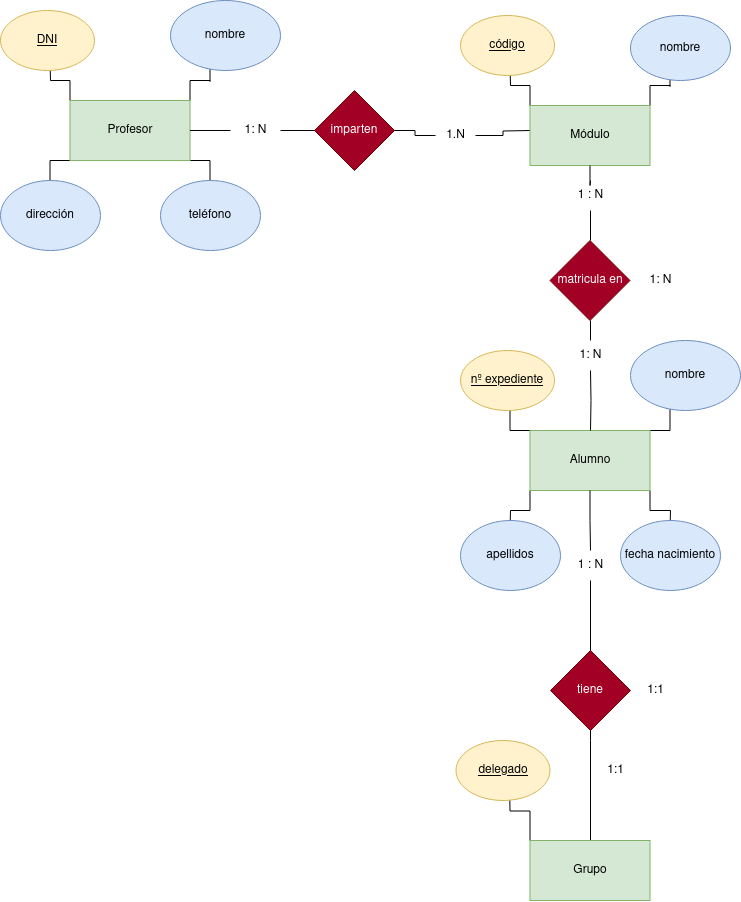
Before: Unidad-1/Tareas/Tarea-5/Tarea-5.drawio.png, a diagram exported from draw.io (jpprguezz/BAE). Source tidied: cells renumbered, new cells last; positions are measured from the earlier drawing's top-left corner, leaving out a move shared by most shapes. The source it was exported from:
```xml
<mxGraphModel>
  <root>
    <mxCell id="0" />
    <mxCell id="1" parent="0" />
    <mxCell id="2" style="edgeStyle=orthogonalEdgeStyle;rounded=0;jettySize=auto;html=1;endArrow=none;endFill=0;" parent="1" edge="1" source="41">
      <mxGeometry relative="1" as="geometry">
        <mxPoint x="590" y="320" as="targetPoint" />
      </mxGeometry>
    </mxCell>
    <mxCell id="3" style="edgeStyle=orthogonalEdgeStyle;rounded=0;jettySize=auto;html=1;exitX=0;exitY=0;exitDx=0;exitDy=0;" parent="1" edge="1" source="8">
      <mxGeometry relative="1" as="geometry">
        <mxPoint x="49.5" y="60" as="targetPoint" />
      </mxGeometry>
    </mxCell>
    <mxCell id="4" style="edgeStyle=orthogonalEdgeStyle;rounded=0;jettySize=auto;html=1;exitX=1;exitY=0;exitDx=0;exitDy=0;" parent="1" edge="1" source="8">
      <mxGeometry relative="1" as="geometry">
        <mxPoint x="209.5" y="60" as="targetPoint" />
      </mxGeometry>
    </mxCell>
    <mxCell id="5" style="edgeStyle=orthogonalEdgeStyle;rounded=0;jettySize=auto;html=1;exitX=0;exitY=1;exitDx=0;exitDy=0;" parent="1" edge="1" source="8">
      <mxGeometry relative="1" as="geometry">
        <mxPoint x="49.5" y="190" as="targetPoint" />
      </mxGeometry>
    </mxCell>
    <mxCell id="6" style="edgeStyle=orthogonalEdgeStyle;rounded=0;jettySize=auto;html=1;exitX=1;exitY=1;exitDx=0;exitDy=0;" parent="1" edge="1" source="8">
      <mxGeometry relative="1" as="geometry">
        <mxPoint x="209.5" y="190" as="targetPoint" />
      </mxGeometry>
    </mxCell>
    <mxCell id="7" style="edgeStyle=orthogonalEdgeStyle;rounded=0;jettySize=auto;html=1;endArrow=none;endFill=0;" parent="1" edge="1" source="46" target="14">
      <mxGeometry relative="1" as="geometry" />
    </mxCell>
    <mxCell id="8" value="Profesor" style="rounded=0;whiteSpace=wrap;html=1;fillColor=#d5e8d4;strokeColor=#82b366;" parent="1" vertex="1">
      <mxGeometry x="69.5" y="100" width="120" height="60" as="geometry" />
    </mxCell>
    <mxCell id="9" value="&lt;u&gt;DNI&lt;/u&gt;" style="ellipse;whiteSpace=wrap;html=1;fillColor=#fff2cc;strokeColor=#d6b656;" parent="1" vertex="1">
      <mxGeometry y="10" width="94" height="60" as="geometry" />
    </mxCell>
    <mxCell id="10" value="nombre" style="ellipse;whiteSpace=wrap;html=1;fillColor=#dae8fc;strokeColor=#6c8ebf;" parent="1" vertex="1">
      <mxGeometry x="170" width="110" height="70" as="geometry" />
    </mxCell>
    <mxCell id="11" value="dirección" style="ellipse;whiteSpace=wrap;html=1;fillColor=#dae8fc;strokeColor=#6c8ebf;" parent="1" vertex="1">
      <mxGeometry y="180" width="100" height="70" as="geometry" />
    </mxCell>
    <mxCell id="12" value="teléfono" style="ellipse;whiteSpace=wrap;html=1;fillColor=#dae8fc;strokeColor=#6c8ebf;" parent="1" vertex="1">
      <mxGeometry x="160" y="180" width="100" height="70" as="geometry" />
    </mxCell>
    <mxCell id="13" style="edgeStyle=orthogonalEdgeStyle;rounded=0;jettySize=auto;html=1;exitX=1;exitY=0.5;exitDx=0;exitDy=0;endArrow=none;endFill=0;" parent="1" edge="1" source="48">
      <mxGeometry relative="1" as="geometry">
        <mxPoint x="530" y="130" as="targetPoint" />
      </mxGeometry>
    </mxCell>
    <mxCell id="14" value="imparten" style="rhombus;whiteSpace=wrap;html=1;fillColor=#a20025;fontColor=#ffffff;strokeColor=#6F0000;" parent="1" vertex="1">
      <mxGeometry x="314" y="90" width="80" height="80" as="geometry" />
    </mxCell>
    <mxCell id="15" style="edgeStyle=orthogonalEdgeStyle;rounded=0;jettySize=auto;html=1;exitX=0;exitY=0;exitDx=0;exitDy=0;" parent="1" edge="1" source="18">
      <mxGeometry relative="1" as="geometry">
        <mxPoint x="509.5" y="65" as="targetPoint" />
      </mxGeometry>
    </mxCell>
    <mxCell id="16" style="edgeStyle=orthogonalEdgeStyle;rounded=0;jettySize=auto;html=1;exitX=1;exitY=0;exitDx=0;exitDy=0;endArrow=none;endFill=0;" parent="1" edge="1" source="18">
      <mxGeometry relative="1" as="geometry">
        <mxPoint x="669.5" y="65" as="targetPoint" />
      </mxGeometry>
    </mxCell>
    <mxCell id="17" style="edgeStyle=orthogonalEdgeStyle;rounded=0;jettySize=auto;html=1;exitX=0.5;exitY=1;exitDx=0;exitDy=0;endArrow=none;endFill=0;" parent="1" edge="1" source="44">
      <mxGeometry relative="1" as="geometry">
        <mxPoint x="590" y="240" as="targetPoint" />
      </mxGeometry>
    </mxCell>
    <mxCell id="18" value="Módulo" style="rounded=0;whiteSpace=wrap;html=1;fillColor=#d5e8d4;strokeColor=#82b366;" parent="1" vertex="1">
      <mxGeometry x="529.5" y="105" width="120" height="60" as="geometry" />
    </mxCell>
    <mxCell id="19" value="&lt;u&gt;código&lt;/u&gt;" style="ellipse;whiteSpace=wrap;html=1;fillColor=#fff2cc;strokeColor=#d6b656;" parent="1" vertex="1">
      <mxGeometry x="460" y="15" width="94" height="60" as="geometry" />
    </mxCell>
    <mxCell id="20" value="nombre" style="ellipse;whiteSpace=wrap;html=1;fillColor=#dae8fc;strokeColor=#6c8ebf;" parent="1" vertex="1">
      <mxGeometry x="630" y="15" width="100" height="65" as="geometry" />
    </mxCell>
    <mxCell id="21" value="matricula en" style="rhombus;whiteSpace=wrap;html=1;fillColor=#a20025;fontColor=#ffffff;strokeColor=#6F0000;" parent="1" vertex="1">
      <mxGeometry x="549.5" y="240" width="80" height="80" as="geometry" />
    </mxCell>
    <mxCell id="22" style="edgeStyle=orthogonalEdgeStyle;rounded=0;jettySize=auto;html=1;exitX=0;exitY=0;exitDx=0;exitDy=0;" parent="1" edge="1" source="27">
      <mxGeometry relative="1" as="geometry">
        <mxPoint x="509.5" y="400" as="targetPoint" />
      </mxGeometry>
    </mxCell>
    <mxCell id="23" style="edgeStyle=orthogonalEdgeStyle;rounded=0;jettySize=auto;html=1;exitX=1;exitY=0;exitDx=0;exitDy=0;" parent="1" edge="1" source="27">
      <mxGeometry relative="1" as="geometry">
        <mxPoint x="669.5" y="400" as="targetPoint" />
      </mxGeometry>
    </mxCell>
    <mxCell id="24" style="edgeStyle=orthogonalEdgeStyle;rounded=0;jettySize=auto;html=1;exitX=0;exitY=1;exitDx=0;exitDy=0;" parent="1" edge="1" source="27">
      <mxGeometry relative="1" as="geometry">
        <mxPoint x="509.5" y="530" as="targetPoint" />
      </mxGeometry>
    </mxCell>
    <mxCell id="25" style="edgeStyle=orthogonalEdgeStyle;rounded=0;jettySize=auto;html=1;exitX=1;exitY=1;exitDx=0;exitDy=0;" parent="1" edge="1" source="27">
      <mxGeometry relative="1" as="geometry">
        <mxPoint x="669.5" y="530" as="targetPoint" />
      </mxGeometry>
    </mxCell>
    <mxCell id="26" style="edgeStyle=orthogonalEdgeStyle;rounded=0;jettySize=auto;html=1;exitX=0.5;exitY=1;exitDx=0;exitDy=0;endArrow=none;endFill=0;" parent="1" edge="1" source="39">
      <mxGeometry relative="1" as="geometry">
        <mxPoint x="590" y="900" as="targetPoint" />
      </mxGeometry>
    </mxCell>
    <mxCell id="27" value="Alumno" style="rounded=0;whiteSpace=wrap;html=1;fillColor=#d5e8d4;strokeColor=#82b366;" parent="1" vertex="1">
      <mxGeometry x="529.5" y="430" width="120" height="60" as="geometry" />
    </mxCell>
    <mxCell id="28" value="&lt;u&gt;nº expediente&lt;br&gt;&lt;/u&gt;" style="ellipse;whiteSpace=wrap;html=1;fillColor=#fff2cc;strokeColor=#d6b656;" parent="1" vertex="1">
      <mxGeometry x="460" y="350" width="94" height="60" as="geometry" />
    </mxCell>
    <mxCell id="29" value="nombre" style="ellipse;whiteSpace=wrap;html=1;fillColor=#dae8fc;strokeColor=#6c8ebf;" parent="1" vertex="1">
      <mxGeometry x="630" y="340" width="110" height="70" as="geometry" />
    </mxCell>
    <mxCell id="30" value="apellidos" style="ellipse;whiteSpace=wrap;html=1;fillColor=#dae8fc;strokeColor=#6c8ebf;" parent="1" vertex="1">
      <mxGeometry x="460" y="520" width="100" height="70" as="geometry" />
    </mxCell>
    <mxCell id="31" value="fecha nacimiento" style="ellipse;whiteSpace=wrap;html=1;fillColor=#dae8fc;strokeColor=#6c8ebf;" parent="1" vertex="1">
      <mxGeometry x="620" y="520" width="100" height="70" as="geometry" />
    </mxCell>
    <mxCell id="32" style="edgeStyle=orthogonalEdgeStyle;rounded=0;jettySize=auto;html=1;exitX=0;exitY=0;exitDx=0;exitDy=0;" parent="1" edge="1" source="33">
      <mxGeometry relative="1" as="geometry">
        <mxPoint x="509" y="780" as="targetPoint" />
      </mxGeometry>
    </mxCell>
    <mxCell id="33" value="Grupo" style="rounded=0;whiteSpace=wrap;html=1;fillColor=#d5e8d4;strokeColor=#82b366;" parent="1" vertex="1">
      <mxGeometry x="529.5" y="840" width="120" height="60" as="geometry" />
    </mxCell>
    <mxCell id="34" value="&lt;u&gt;delegado&lt;/u&gt;" style="ellipse;whiteSpace=wrap;html=1;fillColor=#fff2cc;strokeColor=#d6b656;" parent="1" vertex="1">
      <mxGeometry x="455.5" y="740" width="94" height="60" as="geometry" />
    </mxCell>
    <mxCell id="35" value="tiene" style="rhombus;whiteSpace=wrap;html=1;fillColor=#a20025;fontColor=#ffffff;strokeColor=#6F0000;" parent="1" vertex="1">
      <mxGeometry x="550" y="650" width="80" height="80" as="geometry" />
    </mxCell>
    <mxCell id="36" value="1:1" style="text;html=1;align=center;verticalAlign=middle;strokeColor=none;fillColor=none;" parent="1" vertex="1">
      <mxGeometry x="595" y="755" width="40" height="30" as="geometry" />
    </mxCell>
    <mxCell id="37" value="1:1" style="text;html=1;align=center;verticalAlign=middle;strokeColor=none;fillColor=none;" parent="1" vertex="1">
      <mxGeometry x="635" y="675" width="40" height="30" as="geometry" />
    </mxCell>
    <mxCell id="38" style="edgeStyle=orthogonalEdgeStyle;rounded=0;jettySize=auto;html=1;exitX=0.5;exitY=1;exitDx=0;exitDy=0;endArrow=none;endFill=0;" parent="1" edge="1" source="27" target="39">
      <mxGeometry relative="1" as="geometry" />
    </mxCell>
    <mxCell id="39" value="1 : N" style="text;html=1;align=center;verticalAlign=middle;points=[];strokeColor=none;fillColor=none;" parent="1" vertex="1">
      <mxGeometry x="565" y="550" width="50" height="30" as="geometry" />
    </mxCell>
    <mxCell id="40" style="edgeStyle=orthogonalEdgeStyle;rounded=0;jettySize=auto;html=1;endArrow=none;endFill=0;" parent="1" edge="1" target="41">
      <mxGeometry relative="1" as="geometry">
        <mxPoint x="590" y="430" as="sourcePoint" />
      </mxGeometry>
    </mxCell>
    <mxCell id="41" value="1: N" style="text;html=1;align=center;verticalAlign=middle;points=[];strokeColor=none;fillColor=none;" parent="1" vertex="1">
      <mxGeometry x="565" y="340" width="50" height="30" as="geometry" />
    </mxCell>
    <mxCell id="42" value="1: N" style="text;html=1;align=center;verticalAlign=middle;strokeColor=none;fillColor=none;" parent="1" vertex="1">
      <mxGeometry x="635" y="265" width="50" height="30" as="geometry" />
    </mxCell>
    <mxCell id="43" style="edgeStyle=orthogonalEdgeStyle;rounded=0;jettySize=auto;html=1;exitX=0.5;exitY=1;exitDx=0;exitDy=0;endArrow=none;endFill=0;" parent="1" edge="1" source="18" target="44">
      <mxGeometry relative="1" as="geometry" />
    </mxCell>
    <mxCell id="44" value="1 : N" style="text;html=1;align=center;verticalAlign=middle;points=[];strokeColor=none;fillColor=none;" parent="1" vertex="1">
      <mxGeometry x="565" y="180" width="50" height="30" as="geometry" />
    </mxCell>
    <mxCell id="45" style="edgeStyle=orthogonalEdgeStyle;rounded=0;jettySize=auto;html=1;endArrow=none;endFill=0;" parent="1" edge="1" source="8" target="46">
      <mxGeometry relative="1" as="geometry" />
    </mxCell>
    <mxCell id="46" value="1: N" style="text;html=1;align=center;verticalAlign=middle;points=[];strokeColor=none;fillColor=none;" parent="1" vertex="1">
      <mxGeometry x="230" y="115" width="50" height="30" as="geometry" />
    </mxCell>
    <mxCell id="47" style="edgeStyle=orthogonalEdgeStyle;rounded=0;jettySize=auto;html=1;exitX=1;exitY=0.5;exitDx=0;exitDy=0;endArrow=none;endFill=0;" parent="1" edge="1" source="14" target="48">
      <mxGeometry relative="1" as="geometry" />
    </mxCell>
    <mxCell id="48" value="1.N" style="text;html=1;align=center;verticalAlign=middle;points=[];strokeColor=none;fillColor=none;" parent="1" vertex="1">
      <mxGeometry x="435" y="120" width="40" height="30" as="geometry" />
    </mxCell>
  </root>
</mxGraphModel>
```
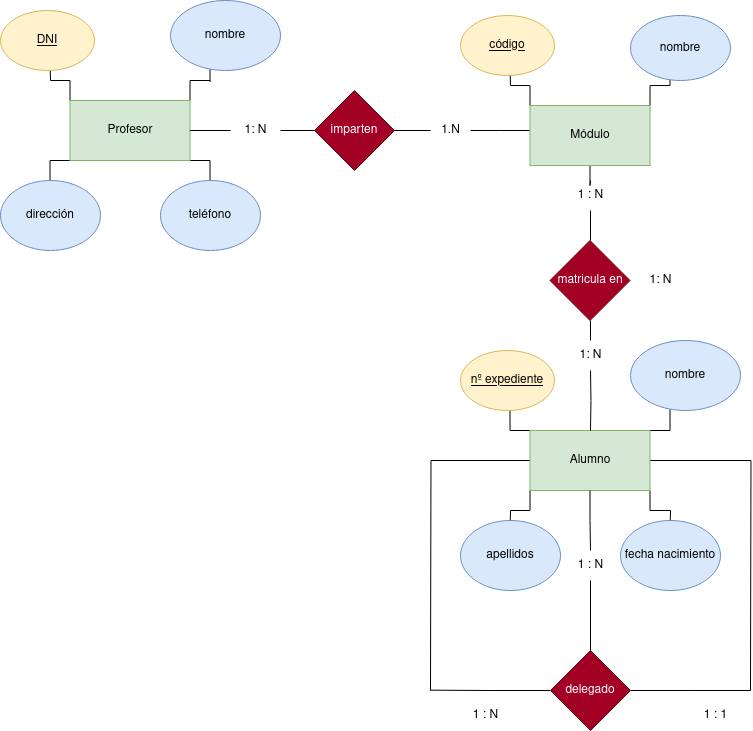
After the commit.

What changed in the source:
```diff
@@ -68,6 +68,9 @@
         <mxPoint x="590" y="240" as="targetPoint" />
       </mxGeometry>
     </mxCell>
+    <mxCell id="43" style="edgeStyle=orthogonalEdgeStyle;rounded=0;jettySize=auto;html=1;exitX=0.5;exitY=1;exitDx=0;exitDy=0;endArrow=none;endFill=0;" parent="1" edge="1" source="18" target="44">
+      <mxGeometry relative="1" as="geometry" />
+    </mxCell>
     <mxCell id="18" value="Módulo" style="rounded=0;whiteSpace=wrap;html=1;fillColor=#d5e8d4;strokeColor=#82b366;" parent="1" vertex="1">
       <mxGeometry x="529.5" y="105" width="120" height="60" as="geometry" />
     </mxCell>
@@ -100,11 +103,16 @@
         <mxPoint x="669.5" y="530" as="targetPoint" />
       </mxGeometry>
     </mxCell>
-    <mxCell id="26" style="edgeStyle=orthogonalEdgeStyle;rounded=0;jettySize=auto;html=1;exitX=0.5;exitY=1;exitDx=0;exitDy=0;endArrow=none;endFill=0;" parent="1" edge="1" source="39">
-      <mxGeometry relative="1" as="geometry">
-        <mxPoint x="590" y="900" as="targetPoint" />
-      </mxGeometry>
-    </mxCell>
+    <mxCell id="49" style="edgeStyle=orthogonalEdgeStyle;rounded=0;jettySize=auto;html=1;endArrow=none;endFill=0;" parent="1" edge="1" source="27">
+      <mxGeometry relative="1" as="geometry">
+        <mxPoint x="430" y="690" as="targetPoint" />
+      </mxGeometry>
+    </mxCell>
+    <mxCell id="50" style="edgeStyle=orthogonalEdgeStyle;rounded=0;jettySize=auto;html=1;endArrow=none;endFill=0;" parent="1" edge="1" source="27">
+      <mxGeometry relative="1" as="geometry">
+        <mxPoint x="750" y="690" as="targetPoint" />
+      </mxGeometry>
+    </mxCell>
     <mxCell id="27" value="Alumno" style="rounded=0;whiteSpace=wrap;html=1;fillColor=#d5e8d4;strokeColor=#82b366;" parent="1" vertex="1">
       <mxGeometry x="529.5" y="430" width="120" height="60" as="geometry" />
     </mxCell>
@@ -120,29 +128,25 @@
     <mxCell id="31" value="fecha nacimiento" style="ellipse;whiteSpace=wrap;html=1;fillColor=#dae8fc;strokeColor=#6c8ebf;" parent="1" vertex="1">
       <mxGeometry x="620" y="520" width="100" height="70" as="geometry" />
     </mxCell>
-    <mxCell id="32" style="edgeStyle=orthogonalEdgeStyle;rounded=0;jettySize=auto;html=1;exitX=0;exitY=0;exitDx=0;exitDy=0;" parent="1" edge="1" source="33">
-      <mxGeometry relative="1" as="geometry">
-        <mxPoint x="509" y="780" as="targetPoint" />
-      </mxGeometry>
-    </mxCell>
-    <mxCell id="33" value="Grupo" style="rounded=0;whiteSpace=wrap;html=1;fillColor=#d5e8d4;strokeColor=#82b366;" parent="1" vertex="1">
-      <mxGeometry x="529.5" y="840" width="120" height="60" as="geometry" />
-    </mxCell>
-    <mxCell id="34" value="&lt;u&gt;delegado&lt;/u&gt;" style="ellipse;whiteSpace=wrap;html=1;fillColor=#fff2cc;strokeColor=#d6b656;" parent="1" vertex="1">
-      <mxGeometry x="455.5" y="740" width="94" height="60" as="geometry" />
-    </mxCell>
+    <mxCell id="51" style="edgeStyle=orthogonalEdgeStyle;rounded=0;jettySize=auto;html=1;exitX=0;exitY=0.5;exitDx=0;exitDy=0;endArrow=none;endFill=0;" parent="1" edge="1" source="35">
+      <mxGeometry relative="1" as="geometry">
+        <mxPoint x="430" y="689.7" as="targetPoint" />
+      </mxGeometry>
+    </mxCell>
+    <mxCell id="52" style="edgeStyle=orthogonalEdgeStyle;rounded=0;jettySize=auto;html=1;endArrow=none;endFill=0;" parent="1" edge="1" source="35">
+      <mxGeometry relative="1" as="geometry">
+        <mxPoint x="750" y="690" as="targetPoint" />
+      </mxGeometry>
+    </mxCell>
-    <mxCell id="35" value="tiene" style="rhombus;whiteSpace=wrap;html=1;fillColor=#a20025;fontColor=#ffffff;strokeColor=#6F0000;" parent="1" vertex="1">
+    <mxCell id="35" value="delegado" style="rhombus;whiteSpace=wrap;html=1;fillColor=#a20025;fontColor=#ffffff;strokeColor=#6F0000;" parent="1" vertex="1">
       <mxGeometry x="550" y="650" width="80" height="80" as="geometry" />
     </mxCell>
-    <mxCell id="36" value="1:1" style="text;html=1;align=center;verticalAlign=middle;strokeColor=none;fillColor=none;" parent="1" vertex="1">
-      <mxGeometry x="595" y="755" width="40" height="30" as="geometry" />
-    </mxCell>
-    <mxCell id="37" value="1:1" style="text;html=1;align=center;verticalAlign=middle;strokeColor=none;fillColor=none;" parent="1" vertex="1">
-      <mxGeometry x="635" y="675" width="40" height="30" as="geometry" />
-    </mxCell>
     <mxCell id="38" style="edgeStyle=orthogonalEdgeStyle;rounded=0;jettySize=auto;html=1;exitX=0.5;exitY=1;exitDx=0;exitDy=0;endArrow=none;endFill=0;" parent="1" edge="1" source="27" target="39">
       <mxGeometry relative="1" as="geometry" />
     </mxCell>
+    <mxCell id="53" style="edgeStyle=orthogonalEdgeStyle;rounded=0;jettySize=auto;html=1;endArrow=none;endFill=0;" parent="1" edge="1" source="39" target="35">
+      <mxGeometry relative="1" as="geometry" />
+    </mxCell>
     <mxCell id="39" value="1 : N" style="text;html=1;align=center;verticalAlign=middle;points=[];strokeColor=none;fillColor=none;" parent="1" vertex="1">
       <mxGeometry x="565" y="550" width="50" height="30" as="geometry" />
     </mxCell>
@@ -157,9 +161,6 @@
     <mxCell id="42" value="1: N" style="text;html=1;align=center;verticalAlign=middle;strokeColor=none;fillColor=none;" parent="1" vertex="1">
       <mxGeometry x="635" y="265" width="50" height="30" as="geometry" />
     </mxCell>
-    <mxCell id="43" style="edgeStyle=orthogonalEdgeStyle;rounded=0;jettySize=auto;html=1;exitX=0.5;exitY=1;exitDx=0;exitDy=0;endArrow=none;endFill=0;" parent="1" edge="1" source="18" target="44">
-      <mxGeometry relative="1" as="geometry" />
-    </mxCell>
     <mxCell id="44" value="1 : N" style="text;html=1;align=center;verticalAlign=middle;points=[];strokeColor=none;fillColor=none;" parent="1" vertex="1">
       <mxGeometry x="565" y="180" width="50" height="30" as="geometry" />
     </mxCell>
@@ -173,7 +174,13 @@
       <mxGeometry relative="1" as="geometry" />
     </mxCell>
     <mxCell id="48" value="1.N" style="text;html=1;align=center;verticalAlign=middle;points=[];strokeColor=none;fillColor=none;" parent="1" vertex="1">
-      <mxGeometry x="435" y="120" width="40" height="30" as="geometry" />
+      <mxGeometry x="430" y="115" width="40" height="30" as="geometry" />
     </mxCell>
+    <mxCell id="54" value="1 : 1" style="text;html=1;align=center;verticalAlign=middle;strokeColor=none;fillColor=none;" parent="1" vertex="1">
+      <mxGeometry x="690" y="700" width="50" height="30" as="geometry" />
+    </mxCell>
+    <mxCell id="55" value="1 : N" style="text;html=1;align=center;verticalAlign=middle;strokeColor=none;fillColor=none;" parent="1" vertex="1">
+      <mxGeometry x="460" y="700" width="50" height="30" as="geometry" />
+    </mxCell>
   </root>
 </mxGraphModel>
```
